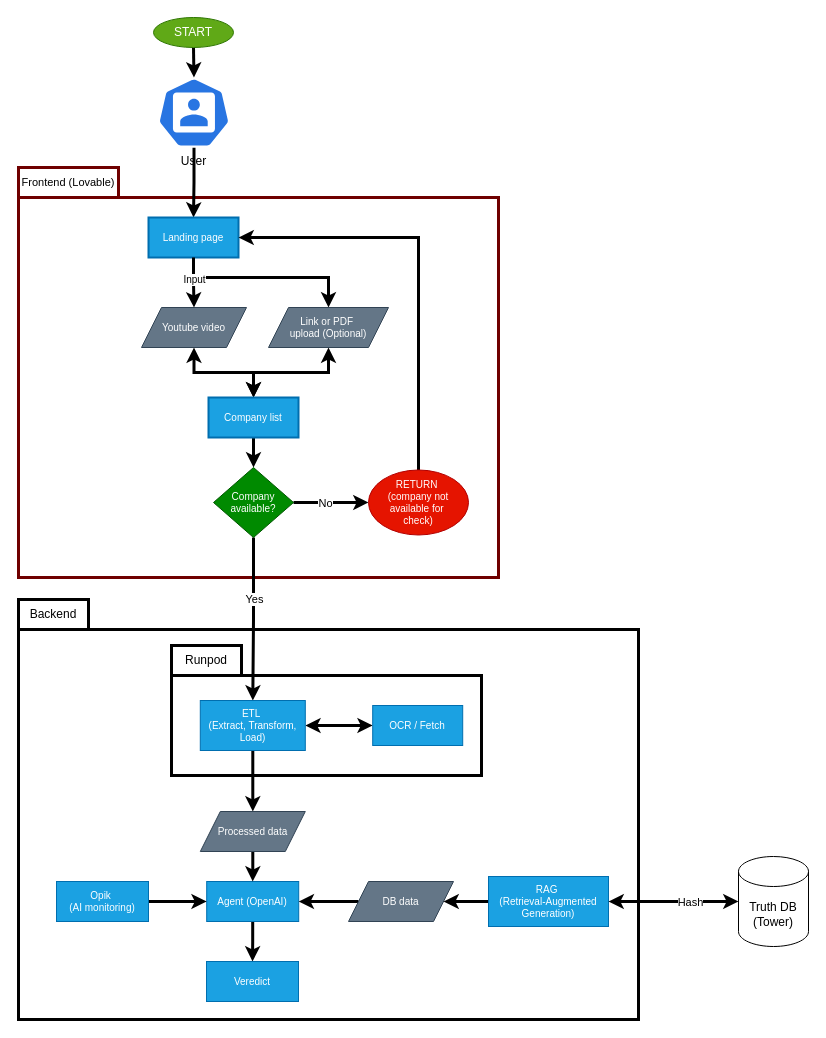
This is docs/shareholder_checker.drawio from peres84/FintechCheckAI, a draw.io file, before an edit. Source tidied: cells renumbered, new cells numbered last; positions are measured from the earlier drawing's top-left corner, leaving out a move shared by most shapes. Both pictures are drawn from the tidied source at 100%, with x=0, y=0 at pixel (18, 17).
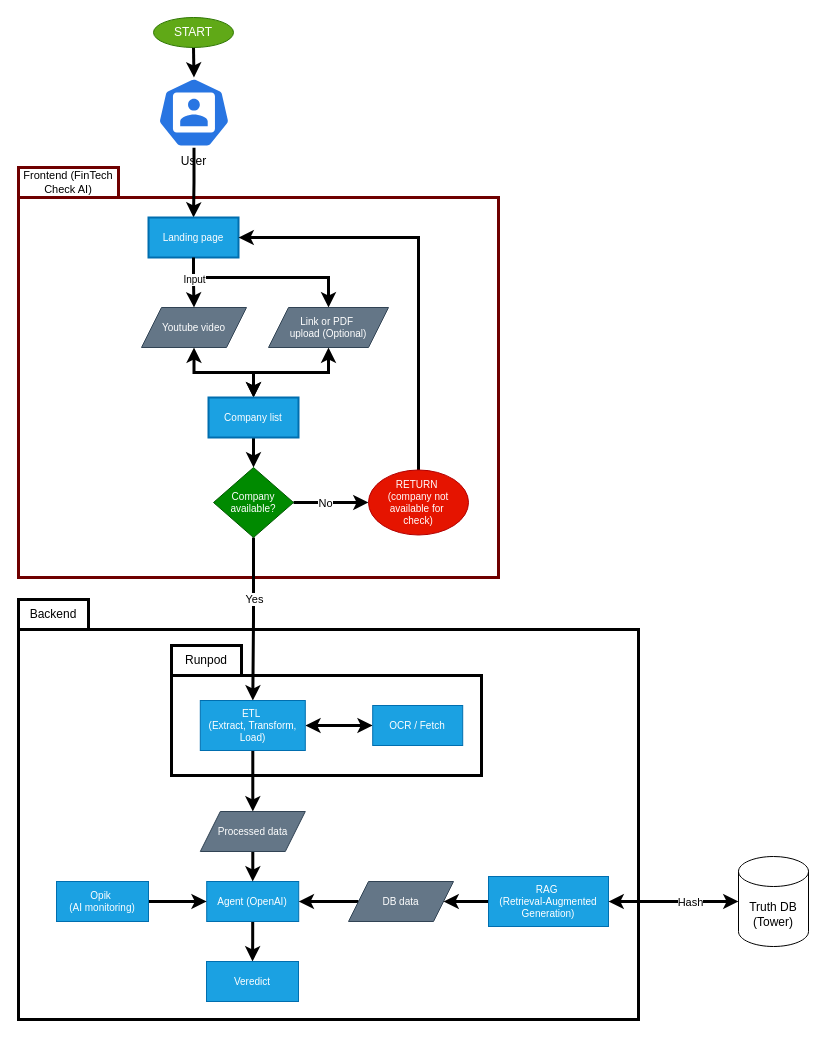
The same page after the edit.

Commit message (it also covers changes not shown here):
Minor sweeps and fixes for Backend and frontend communication

The edit, as a diff of the source:
```diff
@@
-    <mxCell id="3" value="Frontend (Lovable)" style="rounded=0;whiteSpace=wrap;html=1;fillColor=none;strokeWidth=3;strokeColor=light-dark(#6F0000,#3333FF);fontSize=11;" parent="1" vertex="1">
+    <mxCell id="3" value="Frontend (FinTech Check AI)" style="rounded=0;whiteSpace=wrap;html=1;fillColor=none;strokeWidth=3;strokeColor=light-dark(#6F0000,#3333FF);fontSize=11;" parent="1" vertex="1">
       <mxGeometry y="150" width="100" height="30" as="geometry" />
     </mxCell>
```
